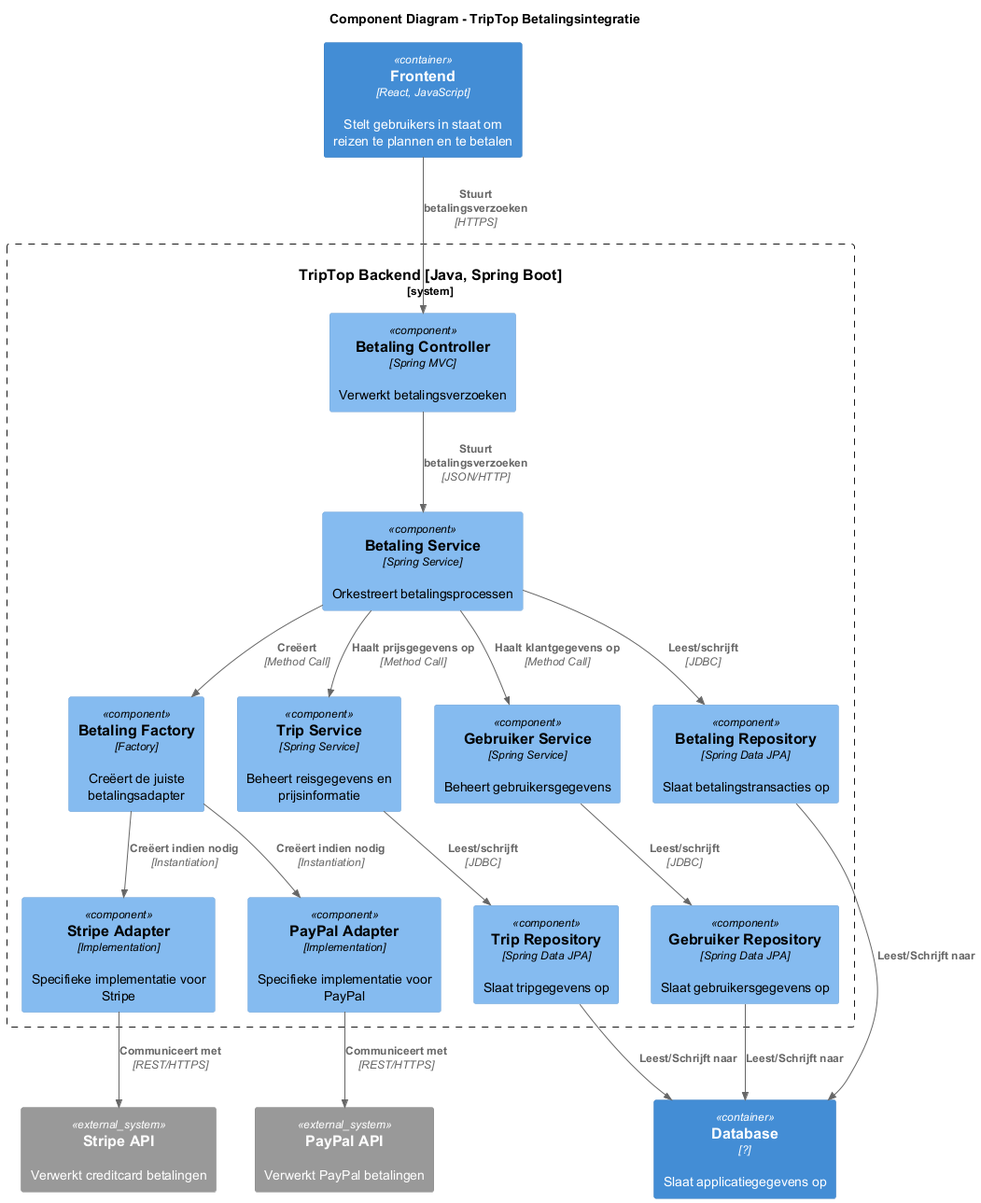
This is software-guidebook/component-code/simme/component-diagram.png from AIM-ENE-feb25/triptop-asas, a PlantUML export, as it was before one commit.
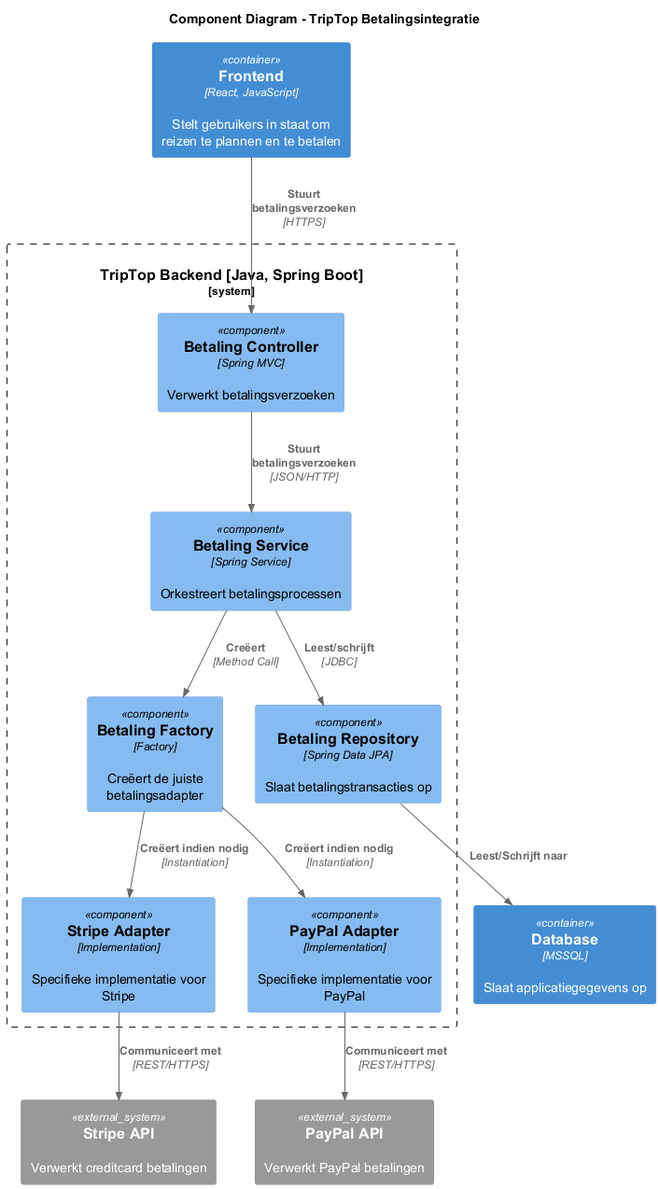
After the commit.

Diff of the diagram source:
```diff
@@ -8,16 +8,12 @@
     Component(paymentController, "Betaling Controller", "Spring MVC", "Verwerkt betalingsverzoeken")
 
     Component(paymentService, "Betaling Service", "Spring Service", "Orkestreert betalingsprocessen")
-    Component(tripService, "Trip Service", "Spring Service", "Beheert reisgegevens en prijsinformatie")
-    Component(userService, "Gebruiker Service", "Spring Service", "Beheert gebruikersgegevens")
 
     Component(stripeAdapter, "Stripe Adapter", "Implementation", "Specifieke implementatie voor Stripe")
     Component(paypalAdapter, "PayPal Adapter", "Implementation", "Specifieke implementatie voor PayPal")
 
     Component(paymentFactory, "Betaling Factory", "Factory", "Creëert de juiste betalingsadapter")
 
-    Component(tripRepository, "Trip Repository", "Spring Data JPA", "Slaat tripgegevens op")
-    Component(userRepository, "Gebruiker Repository", "Spring Data JPA", "Slaat gebruikersgegevens op")
     Component(betalingRepository, "Betaling Repository", "Spring Data JPA", "Slaat betalingstransacties op")
 
     Rel(paymentController, paymentService, "Stuurt betalingsverzoeken", "JSON/HTTP")
@@ -26,11 +22,6 @@
     Rel(paymentFactory, stripeAdapter, "Creëert indien nodig", "Instantiation")
     Rel(paymentFactory, paypalAdapter, "Creëert indien nodig", "Instantiation")
 
-    Rel(paymentService, tripService, "Haalt prijsgegevens op", "Method Call")
-    Rel(paymentService, userService, "Haalt klantgegevens op", "Method Call")
-
-    Rel(tripService, tripRepository, "Leest/schrijft", "JDBC")
-    Rel(userService, userRepository, "Leest/schrijft", "JDBC")
     Rel(paymentService, betalingRepository, "Leest/schrijft", "JDBC")
 }
 
@@ -42,10 +33,8 @@
 
 Rel(frontend, paymentController, "Stuurt betalingsverzoeken", "HTTPS")
 
-Container(database, "Database", "?", "Slaat applicatiegegevens op")
+Container(database, "Database", "MSSQL", "Slaat applicatiegegevens op")
 
-Rel(tripRepository, database, "Leest/Schrijft naar", "")
-Rel(userRepository, database, "Leest/Schrijft naar", "")
 Rel(betalingRepository, database, "Leest/Schrijft naar", "")
 
 @enduml
```
